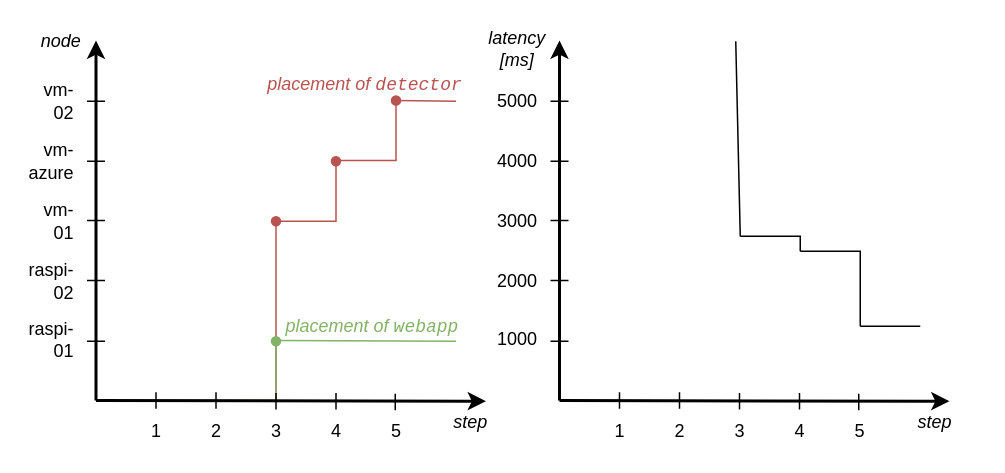
This is documents/figures/evaluation-exp1-result.drawio from slienau/bachelor-thesis, a draw.io file, before an edit. Source tidied: cells renumbered, new cells numbered last; positions are measured from the earlier drawing's top-left corner, leaving out a move shared by most shapes. Both pictures are drawn from the tidied source at 150%, with x=0, y=0 at pixel (26, 26).
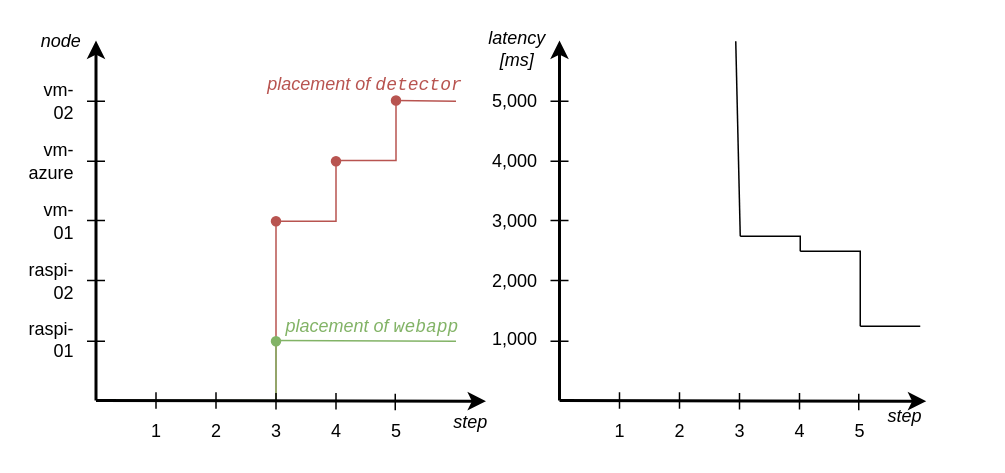
The same page after the edit.

The change refers to these unchanged cells:
```xml
<mxCell id="3" style="group;" parent="2" vertex="1">
  <mxGeometry width="329.5" height="275" as="geometry" />
</mxCell>
```

The edit, as a diff of the source:
```diff
@@
-    <mxCell id="5" value="1000" style="text;html=1;strokeColor=none;fillColor=none;align=right;verticalAlign=middle;whiteSpace=wrap;rounded=0;fontFamily=Helvetica;" parent="3" vertex="1">
+    <mxCell id="5" value="1,000" style="text;html=1;strokeColor=none;fillColor=none;align=right;verticalAlign=middle;whiteSpace=wrap;rounded=0;fontFamily=Helvetica;" parent="3" vertex="1">
       <mxGeometry x="6.5" y="194" width="30" height="20" as="geometry" />
     </mxCell>
-    <mxCell id="6" value="2000" style="text;html=1;strokeColor=none;fillColor=none;align=right;verticalAlign=middle;whiteSpace=wrap;rounded=0;fontFamily=Helvetica;" parent="3" vertex="1">
+    <mxCell id="6" value="2,000" style="text;html=1;strokeColor=none;fillColor=none;align=right;verticalAlign=middle;whiteSpace=wrap;rounded=0;fontFamily=Helvetica;" parent="3" vertex="1">
       <mxGeometry x="6.5" y="155" width="30" height="20" as="geometry" />
     </mxCell>
-    <mxCell id="7" value="3000" style="text;html=1;strokeColor=none;fillColor=none;align=right;verticalAlign=middle;whiteSpace=wrap;rounded=0;fontFamily=Helvetica;" parent="3" vertex="1">
+    <mxCell id="7" value="3,000" style="text;html=1;strokeColor=none;fillColor=none;align=right;verticalAlign=middle;whiteSpace=wrap;rounded=0;fontFamily=Helvetica;" parent="3" vertex="1">
       <mxGeometry x="6.5" y="115" width="30" height="20" as="geometry" />
     </mxCell>
-    <mxCell id="8" value="5000" style="text;html=1;strokeColor=none;fillColor=none;align=right;verticalAlign=middle;whiteSpace=wrap;rounded=0;fontFamily=Helvetica;" parent="3" vertex="1">
+    <mxCell id="8" value="5,000" style="text;html=1;strokeColor=none;fillColor=none;align=right;verticalAlign=middle;whiteSpace=wrap;rounded=0;fontFamily=Helvetica;" parent="3" vertex="1">
       <mxGeometry x="6.5" y="35" width="30" height="20" as="geometry" />
     </mxCell>
-    <mxCell id="9" value="4000" style="text;html=1;strokeColor=none;fillColor=none;align=right;verticalAlign=middle;whiteSpace=wrap;rounded=0;fontFamily=Helvetica;" parent="3" vertex="1">
+    <mxCell id="9" value="4,000" style="text;html=1;strokeColor=none;fillColor=none;align=right;verticalAlign=middle;whiteSpace=wrap;rounded=0;fontFamily=Helvetica;" parent="3" vertex="1">
       <mxGeometry x="6.5" y="75" width="30" height="20" as="geometry" />
     </mxCell>
@@
     <mxCell id="16" style="endArrow=classic;html=1;strokeWidth=2;" parent="3" edge="1">
       <mxGeometry relative="1" as="geometry">
         <mxPoint x="49.5" y="244.5" as="sourcePoint" />
-        <mxPoint x="309.5" y="245" as="targetPoint" />
+        <mxPoint x="294" y="245" as="targetPoint" />
       </mxGeometry>
     </mxCell>
@@
     <mxCell id="18" value="step" style="text;html=1;strokeColor=none;fillColor=none;align=center;verticalAlign=middle;whiteSpace=wrap;rounded=0;fontStyle=2;" parent="3" vertex="1">
-      <mxGeometry x="285" y="249" width="30" height="20" as="geometry" />
+      <mxGeometry x="265" y="245" width="30" height="20" as="geometry" />
     </mxCell>
```
